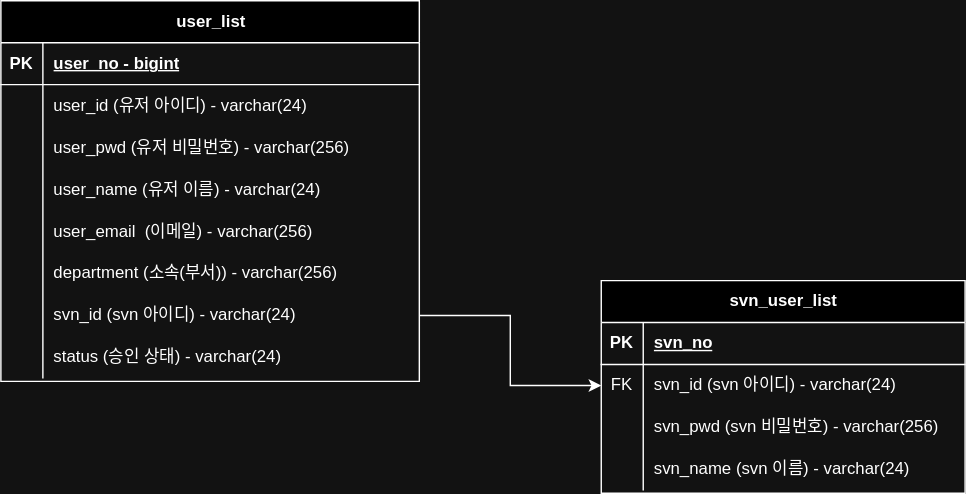
Above: document/UserInfo.svg in elephant97/AutoTasker (draw.io), before the change. Source tidied: cells renumbered, new cells last; positions are measured from the earlier drawing's top-left corner, leaving out a move shared by most shapes.
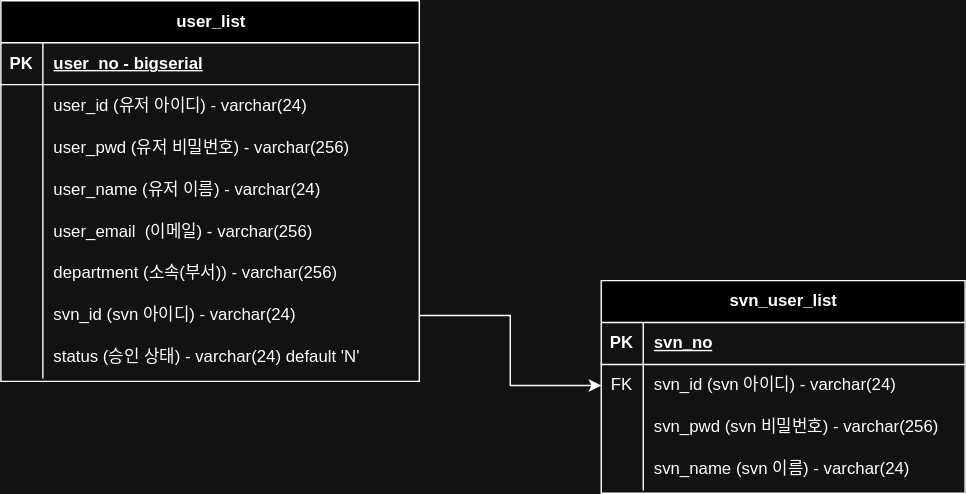
The same file after the commit.

Diff of the diagram source:
```diff
@@ -11,7 +11,7 @@
     <mxCell id="4" value="PK" style="shape=partialRectangle;fillColor=none;top=0;left=0;bottom=0;right=0;fontStyle=1;overflow=hidden;whiteSpace=wrap;html=1;" parent="3" vertex="1">
       <mxGeometry width="30" height="30" as="geometry" />
     </mxCell>
-    <mxCell id="5" value="user_no - bigint" style="shape=partialRectangle;fillColor=none;top=0;left=0;bottom=0;right=0;align=left;spacingLeft=6;fontStyle=5;overflow=hidden;whiteSpace=wrap;html=1;" parent="3" vertex="1">
+    <mxCell id="5" value="user_no -&amp;nbsp;bigserial" style="shape=partialRectangle;fillColor=none;top=0;left=0;bottom=0;right=0;align=left;spacingLeft=6;fontStyle=5;overflow=hidden;whiteSpace=wrap;html=1;" parent="3" vertex="1">
       <mxGeometry x="30" width="269" height="30" as="geometry" />
     </mxCell>
     <mxCell id="6" style="shape=tableRow;horizontal=0;startSize=0;swimlaneHead=0;swimlaneBody=0;fillColor=none;top=0;left=0;right=0;bottom=0;" parent="2" vertex="1">
@@ -74,7 +74,7 @@
     <mxCell id="25" style="shape=partialRectangle;fillColor=none;top=0;left=0;bottom=0;right=0;overflow=hidden;whiteSpace=wrap;html=1;" parent="24" vertex="1">
       <mxGeometry width="30" height="30" as="geometry" />
     </mxCell>
-    <mxCell id="26" value="status (승인 상태) - varchar(24)" style="shape=partialRectangle;fillColor=none;top=0;left=0;bottom=0;right=0;align=left;spacingLeft=6;overflow=hidden;whiteSpace=wrap;html=1;" parent="24" vertex="1">
+    <mxCell id="26" value="status (승인 상태) - varchar(24)&amp;nbsp;default 'N'" style="shape=partialRectangle;fillColor=none;top=0;left=0;bottom=0;right=0;align=left;spacingLeft=6;overflow=hidden;whiteSpace=wrap;html=1;" parent="24" vertex="1">
       <mxGeometry x="30" width="269" height="30" as="geometry" />
     </mxCell>
     <mxCell id="27" style="edgeStyle=orthogonalEdgeStyle;rounded=0;jettySize=auto;html=1;entryX=0;entryY=0.5;entryDx=0;entryDy=0;" parent="1" edge="1" source="21" target="32">
```
